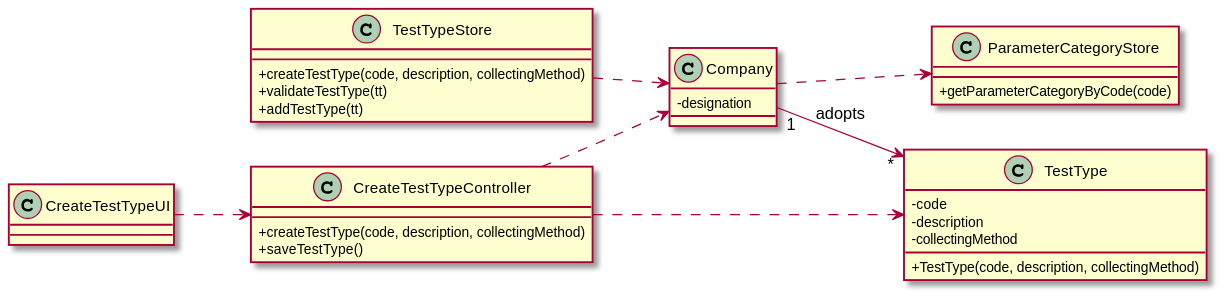
0franciscor/lei-21-s2-1de-g19 keeps this PlantUML diagram as docs/SprintB/US09/US09-CD.svg. Above is the earlier version.
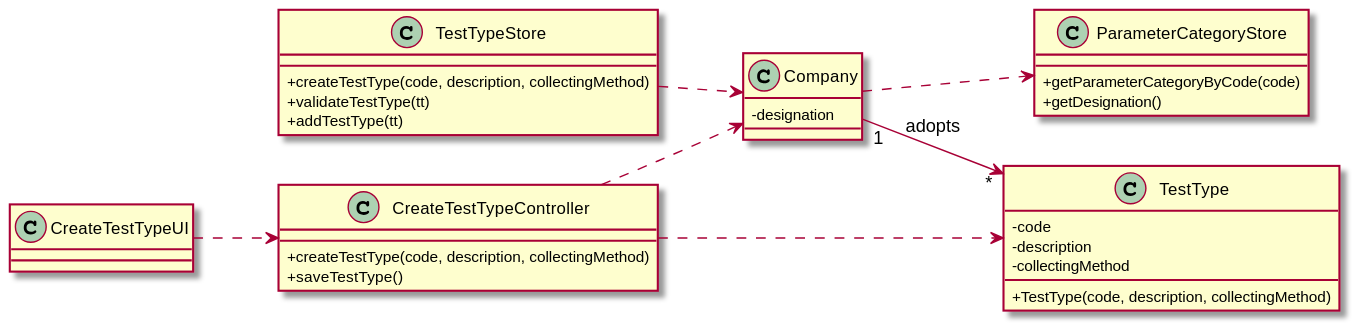
After the commit.

The edit, as a diff of the source:
```diff
@@ -14,6 +14,7 @@
 
 class "ParameterCategoryStore" as PCS{
 +getParameterCategoryByCode(code)
++getDesignation()
 }
 
 class "TestType" as TT {
```
